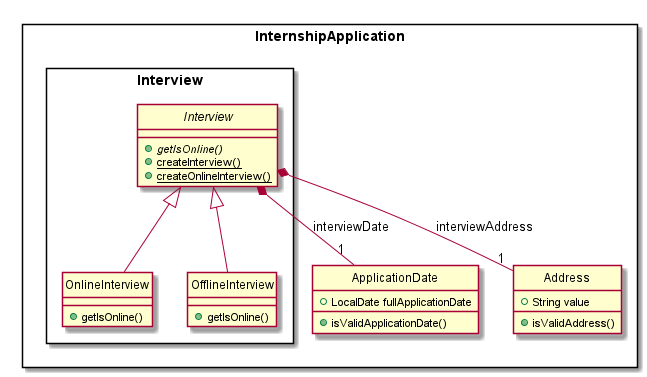
The PlantUML diagram images/InterviewClassDiagram.png in AY1920S2-CS2103T-F10-2/main, before a commit. The source it was exported from:
```plantuml
@startuml

hide circle


Package InternshipApplication <<Rectangle>> {

class ApplicationDate
class Address

Package Interview <<Rectangle>> {
abstract class Interview
class OnlineInterview
class OfflineInterview
}
}

abstract class Interview {
+ {abstract} getIsOnline()
+ {static} createInterview()
+ {static} createOnlineInterview()
}

class OnlineInterview {
+ getIsOnline()
}

class OfflineInterview {
+ getIsOnline()
}

class ApplicationDate {
+ LocalDate fullApplicationDate
+ isValidApplicationDate()
}

class Address {
+ String value
+ isValidAddress()
}

Interview *-- "1" ApplicationDate : interviewDate
Interview *-- "1" Address : interviewAddress
Interview <|-- OnlineInterview
Interview <|-- OfflineInterview
@enduml
```
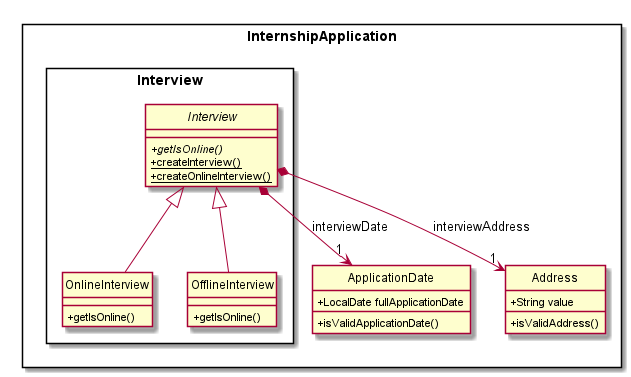
The same diagram one commit later.

What changed in the source:
```diff
@@ -1,7 +1,7 @@
 @startuml
 
 hide circle
-
+skinparam classAttributeIconSize 0
 
 Package InternshipApplication <<Rectangle>> {
 
@@ -39,8 +39,8 @@
 + isValidAddress()
 }
 
-Interview *-- "1" ApplicationDate : interviewDate
-Interview *-- "1" Address : interviewAddress
+Interview *--> "1" ApplicationDate : interviewDate
+Interview *--> "1" Address : interviewAddress
 Interview <|-- OnlineInterview
 Interview <|-- OfflineInterview
 @enduml
```
